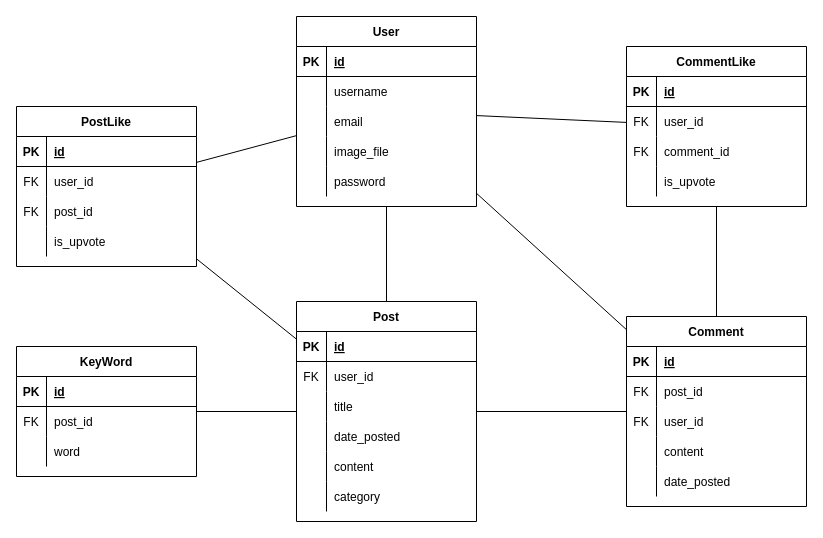
xpetrov/nove_media keeps this draw.io diagram as model.drawio. Above is the earlier version. Source tidied: cells renumbered, new cells numbered last; positions are measured from the earlier drawing's top-left corner, leaving out a move shared by most shapes. Both pictures are drawn from the tidied source at 100%, with x=0, y=0 at pixel (16, 16).
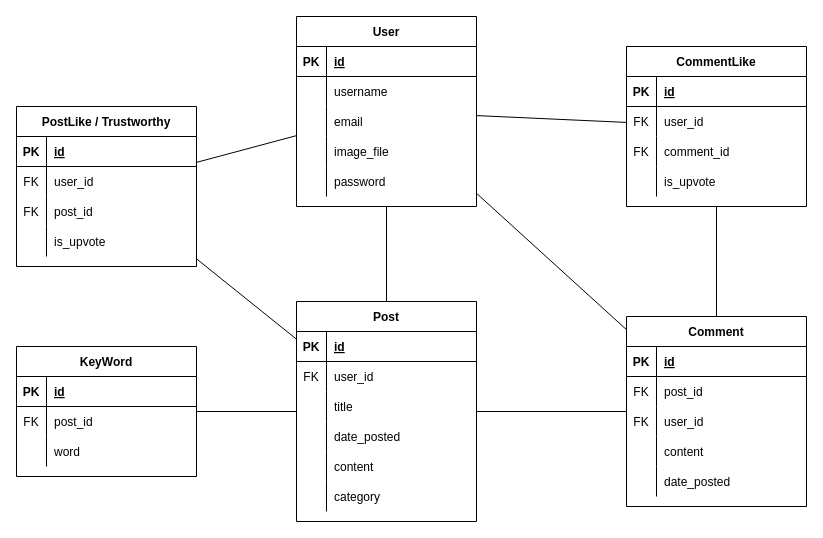
After the change.

The edit, as a diff of the source:
```diff
@@
-    <mxCell id="71" value="PostLike" style="shape=table;startSize=30;childLayout=tableLayout;rowLines=0;fontStyle=1;align=center;" parent="1" vertex="1">
+    <mxCell id="71" value="PostLike / Trustworthy" style="shape=table;startSize=30;childLayout=tableLayout;rowLines=0;fontStyle=1;align=center;" parent="1" vertex="1">
       <mxGeometry y="90" width="180" height="160" as="geometry" />
     </mxCell>
```
